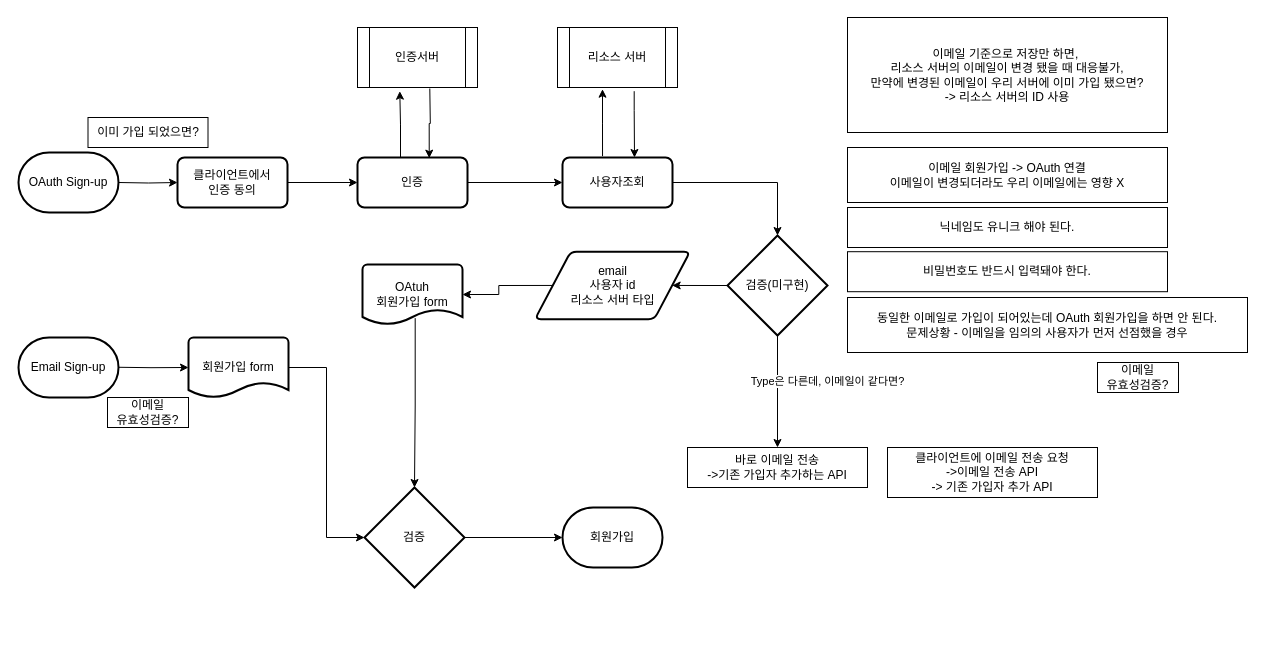
Above: page "Sign-up" (1 of 2) of auth_diagram.drawio in Sc0up/scoup-backend (draw.io), before the change. Source tidied: cells renumbered, new cells numbered last; positions are measured from the earlier drawing's top-left corner, leaving out a move shared by most shapes. Both pictures are drawn from the tidied source at 100%, with x=0, y=0 at pixel (18, 17).
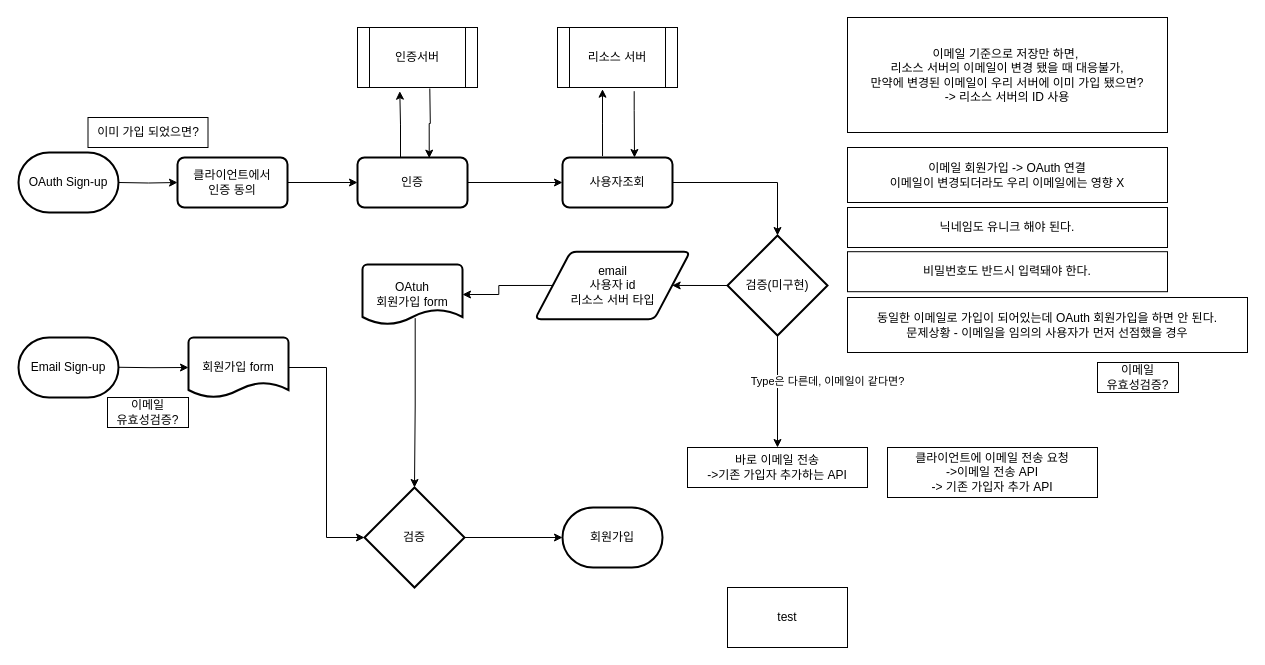
The same diagram, later.

Diff of the diagram source:
```diff
@@
+    <mxCell id="41" value="test" style="rounded=0;whiteSpace=wrap;html=1;" parent="1" vertex="1">
+      <mxGeometry x="709" y="570" width="120" height="60" as="geometry" />
+    </mxCell>
```
